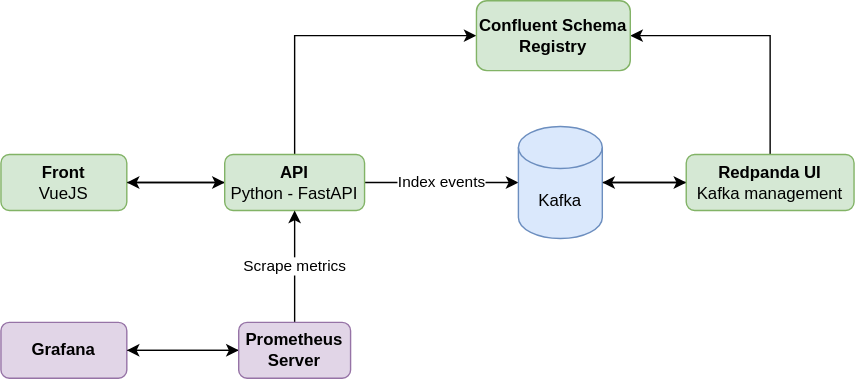
The draw.io diagram services/rgb-system.svg in FabienLamonarca/rgb-system, before a commit. Source tidied: cells renumbered, new cells last; positions are measured from the earlier drawing's top-left corner, leaving out a move shared by most shapes.
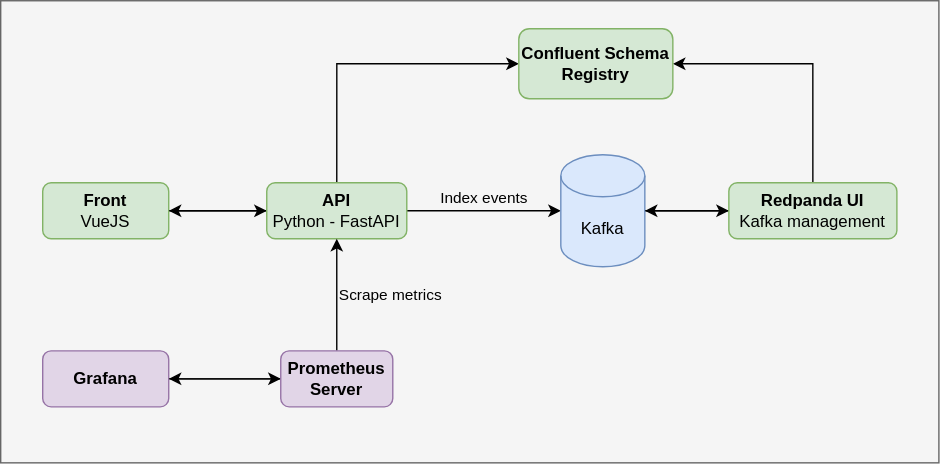
After the change.

Diff of the diagram source:
```diff
@@ -2,6 +2,9 @@
   <root>
     <mxCell id="0" />
     <mxCell id="1" parent="0" />
+    <mxCell id="19" style="rounded=0;whiteSpace=wrap;html=1;fillColor=#f5f5f5;fontColor=#333333;strokeColor=#666666;" parent="1" vertex="1">
+      <mxGeometry x="-30" y="-20" width="670" height="330" as="geometry" />
+    </mxCell>
     <mxCell id="2" style="edgeStyle=orthogonalEdgeStyle;rounded=0;jettySize=auto;html=1;exitX=1;exitY=0.5;exitDx=0;exitDy=0;entryX=0;entryY=0.5;entryDx=0;entryDy=0;" parent="1" edge="1" source="3" target="7">
       <mxGeometry relative="1" as="geometry" />
     </mxCell>
@@ -11,7 +14,7 @@
     <mxCell id="4" style="edgeStyle=orthogonalEdgeStyle;rounded=0;jettySize=auto;html=1;exitX=0;exitY=0.5;exitDx=0;exitDy=0;entryX=1;entryY=0.5;entryDx=0;entryDy=0;" parent="1" edge="1" source="7" target="3">
       <mxGeometry relative="1" as="geometry" />
     </mxCell>
-    <mxCell id="5" value="Index events" style="edgeStyle=orthogonalEdgeStyle;rounded=0;jettySize=auto;html=1;exitX=1;exitY=0.5;exitDx=0;exitDy=0;" parent="1" edge="1" source="7" target="9">
+    <mxCell id="5" value="Index events" style="edgeStyle=orthogonalEdgeStyle;rounded=0;jettySize=auto;html=1;exitX=1;exitY=0.5;exitDx=0;exitDy=0;shadow=0;strokeColor=default;labelBackgroundColor=none;labelPosition=center;verticalLabelPosition=top;align=center;verticalAlign=bottom;" parent="1" edge="1" source="7" target="9">
       <mxGeometry relative="1" as="geometry" />
     </mxCell>
     <mxCell id="6" style="edgeStyle=orthogonalEdgeStyle;rounded=0;jettySize=auto;html=1;exitX=0.5;exitY=0;exitDx=0;exitDy=0;entryX=0;entryY=0.5;entryDx=0;entryDy=0;" parent="1" edge="1" source="7" target="13">
@@ -49,7 +52,7 @@
     <mxCell id="16" style="edgeStyle=orthogonalEdgeStyle;rounded=0;jettySize=auto;html=1;entryX=1;entryY=0.5;entryDx=0;entryDy=0;" parent="1" edge="1" source="18" target="15">
       <mxGeometry relative="1" as="geometry" />
     </mxCell>
-    <mxCell id="17" value="Scrape metrics" style="edgeStyle=orthogonalEdgeStyle;rounded=0;jettySize=auto;html=1;exitX=0.5;exitY=0;exitDx=0;exitDy=0;entryX=0.5;entryY=1;entryDx=0;entryDy=0;" parent="1" edge="1" source="18" target="7">
+    <mxCell id="17" value="Scrape metrics" style="edgeStyle=orthogonalEdgeStyle;rounded=0;jettySize=auto;html=1;exitX=0.5;exitY=0;exitDx=0;exitDy=0;entryX=0.5;entryY=1;entryDx=0;entryDy=0;labelBackgroundColor=none;labelPosition=right;verticalLabelPosition=middle;align=left;verticalAlign=middle;" parent="1" edge="1" source="18" target="7">
       <mxGeometry relative="1" as="geometry" />
     </mxCell>
     <mxCell id="18" value="&lt;b&gt;Prometheus Server&lt;/b&gt;" style="rounded=1;whiteSpace=wrap;html=1;fillColor=#e1d5e7;strokeColor=#9673a6;" parent="1" vertex="1">
```
